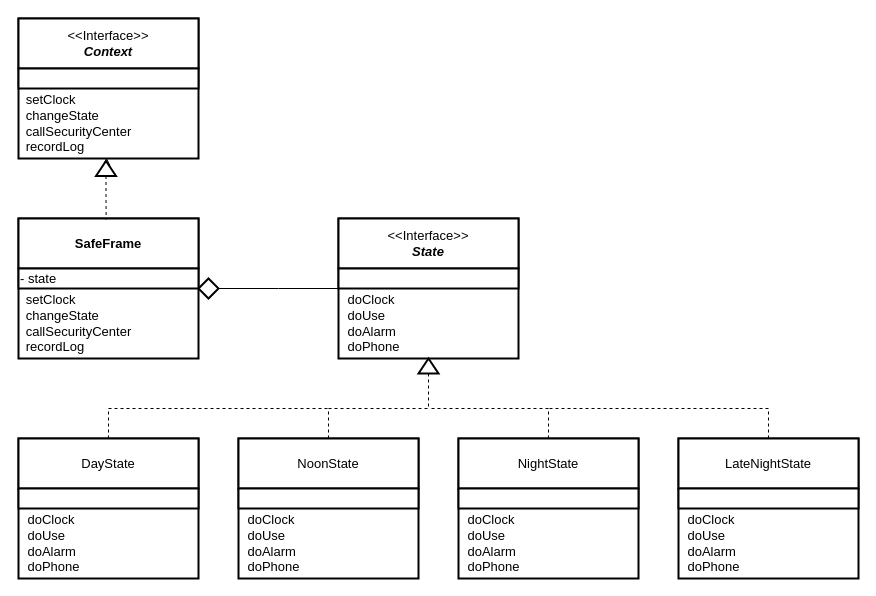
HYEONJI-K/2021 keeps this draw.io diagram as Untitled Diagram.drawio. Above is the earlier version. Source tidied: cells renumbered, new cells numbered last; positions are measured from the earlier drawing's top-left corner, leaving out a move shared by most shapes. Both pictures are drawn from the tidied source at 100%, with x=0, y=0 at pixel (18, 18).
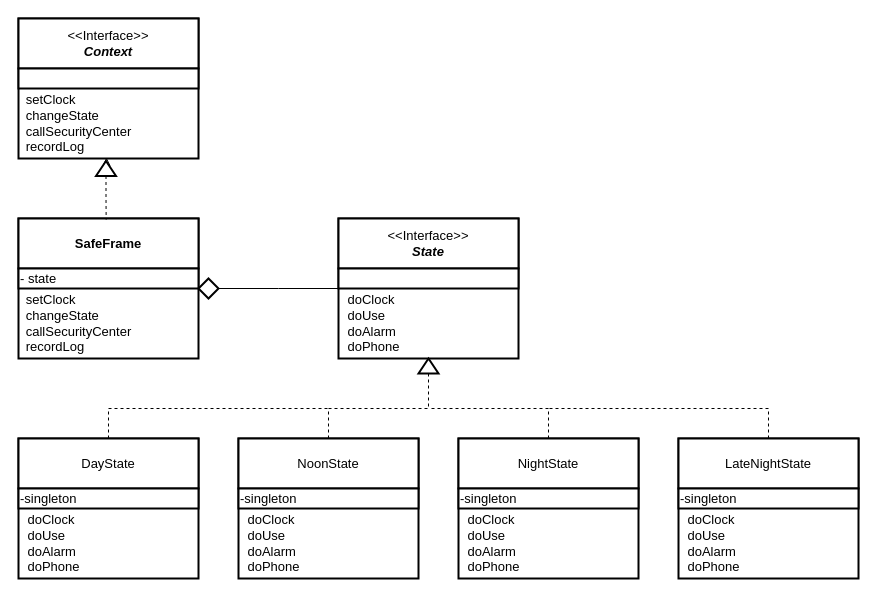
The same page after the edit.

Change to the diagram source:
```diff
@@
-    <mxCell id="20" style="rounded=0;whiteSpace=wrap;html=1;fontSize=13;strokeWidth=2;" parent="1" vertex="1">
+    <mxCell id="20" value="-singleton" style="rounded=0;whiteSpace=wrap;html=1;fontSize=13;strokeWidth=2;align=left;" parent="1" vertex="1">
       <mxGeometry y="470" width="180" height="20" as="geometry" />
     </mxCell>
@@
-    <mxCell id="25" style="rounded=0;whiteSpace=wrap;html=1;fontSize=13;strokeWidth=2;" parent="1" vertex="1">
+    <mxCell id="25" value="&lt;span style=&quot;&quot;&gt;-singleton&lt;/span&gt;" style="rounded=0;whiteSpace=wrap;html=1;fontSize=13;strokeWidth=2;align=left;" parent="1" vertex="1">
       <mxGeometry x="220" y="470" width="180" height="20" as="geometry" />
     </mxCell>
@@
-    <mxCell id="30" style="rounded=0;whiteSpace=wrap;html=1;fontSize=13;strokeWidth=2;" parent="1" vertex="1">
+    <mxCell id="30" value="&lt;span&gt;-singleton&lt;/span&gt;" style="rounded=0;whiteSpace=wrap;html=1;fontSize=13;strokeWidth=2;align=left;" parent="1" vertex="1">
       <mxGeometry x="440" y="470" width="180" height="20" as="geometry" />
     </mxCell>
@@
-    <mxCell id="35" style="rounded=0;whiteSpace=wrap;html=1;fontSize=13;strokeWidth=2;" parent="1" vertex="1">
+    <mxCell id="35" value="&lt;span&gt;-singleton&lt;/span&gt;" style="rounded=0;whiteSpace=wrap;html=1;fontSize=13;strokeWidth=2;align=left;" parent="1" vertex="1">
       <mxGeometry x="660" y="470" width="180" height="20" as="geometry" />
     </mxCell>
```
